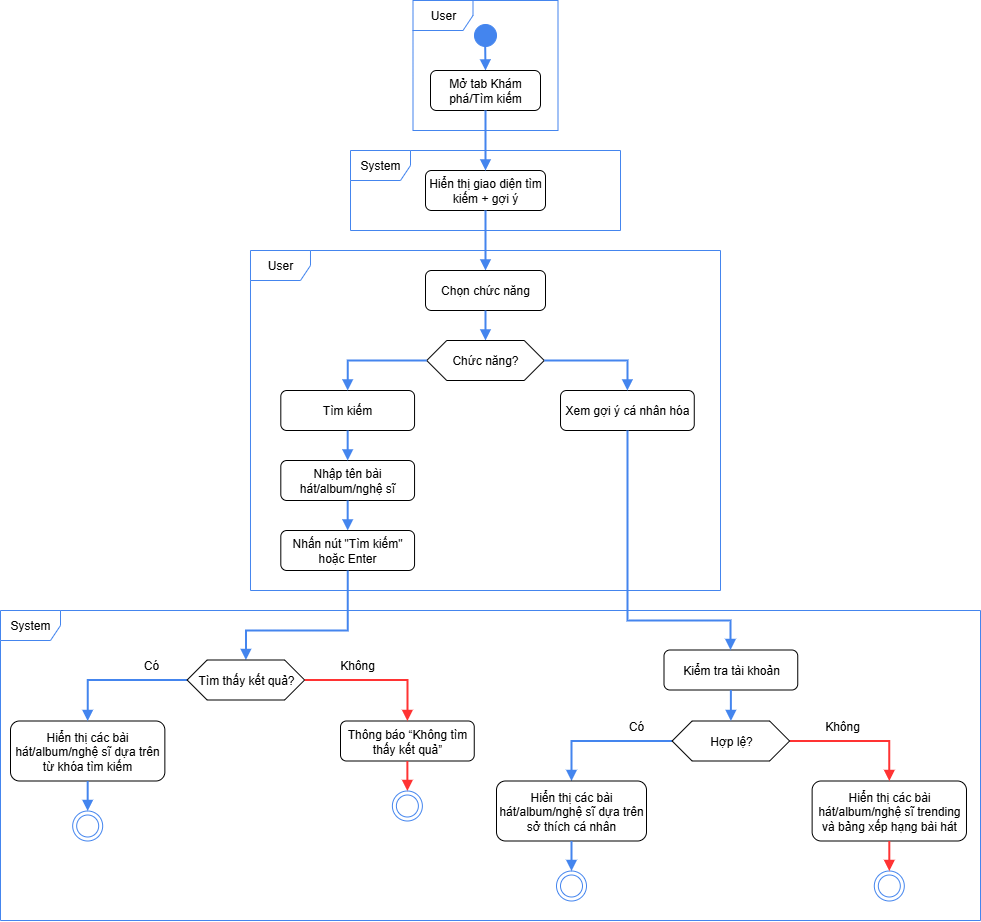
phuvi301/DOAN-CNPM keeps this draw.io diagram as Images/discover-search_activity.png. Above is the earlier version. Source tidied: cells renumbered, new cells last; positions are measured from the earlier drawing's top-left corner, leaving out a move shared by most shapes.
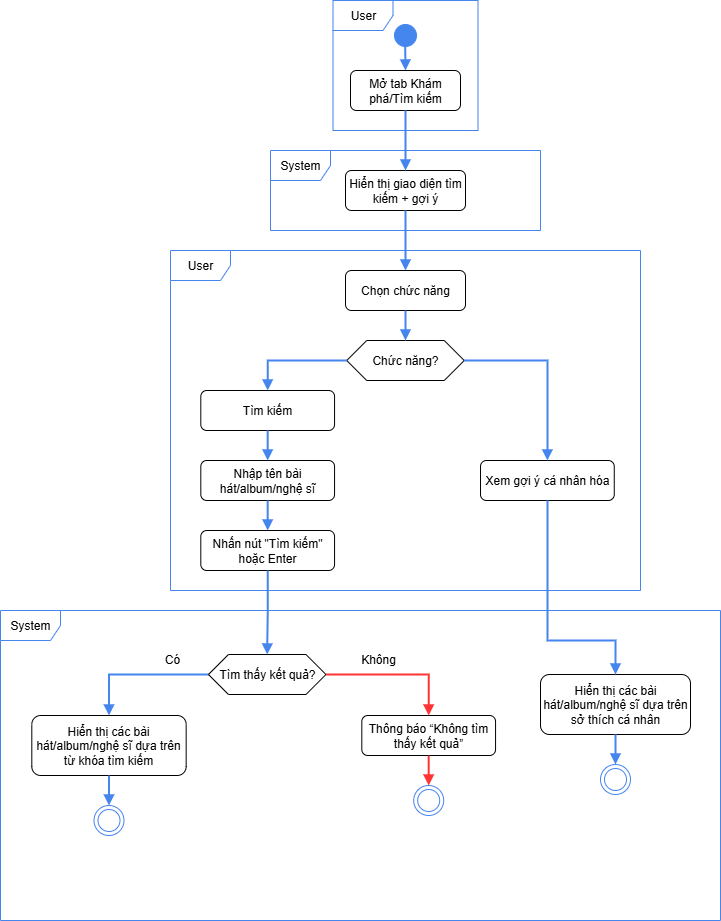
After the change.

Commit message:
seq_act diagram - discover/search

What changed in the source:
```diff
@@ -39,28 +39,13 @@
       <mxGeometry relative="1" as="geometry" />
     </mxCell>
     <mxCell id="14" value="System" style="shape=umlFrame;whiteSpace=wrap;html=1;strokeColor=#4485EE;" parent="1" vertex="1">
-      <mxGeometry y="610" width="980" height="310" as="geometry" />
+      <mxGeometry x="80" y="610" width="720" height="310" as="geometry" />
     </mxCell>
-    <mxCell id="15" value="Hiển thị các bài hát/album/nghệ sĩ trending và bảng xếp hạng bài hát" style="rounded=1;whiteSpace=wrap;html=1;" parent="1" vertex="1">
-      <mxGeometry x="811.6" y="780.5" width="154.4" height="60" as="geometry" />
-    </mxCell>
-    <mxCell id="16" style="html=1;verticalAlign=bottom;endArrow=block;rounded=0;strokeWidth=2&#10;;exitX=0;exitY=0.5;exitDx=0;exitDy=0;strokeColor=#4485EE;edgeStyle=orthogonalEdgeStyle;entryX=0.5;entryY=0;entryDx=0;entryDy=0;" parent="1" edge="1" source="29" target="26">
-      <mxGeometry relative="1" as="geometry" />
-    </mxCell>
-    <mxCell id="17" value="Có" style="text;html=1;align=center;verticalAlign=middle;whiteSpace=wrap;rounded=0;" parent="1" vertex="1">
-      <mxGeometry x="606" y="710.5" width="60" height="30" as="geometry" />
-    </mxCell>
-    <mxCell id="18" style="html=1;verticalAlign=bottom;endArrow=block;rounded=0;strokeWidth=2&#10;;strokeColor=#FF3333;edgeStyle=orthogonalEdgeStyle;entryX=0.5;entryY=0;entryDx=0;entryDy=0;exitX=1;exitY=0.5;exitDx=0;exitDy=0;" parent="1" edge="1" source="29" target="15">
-      <mxGeometry relative="1" as="geometry" />
-    </mxCell>
-    <mxCell id="19" value="Không" style="text;html=1;align=center;verticalAlign=middle;whiteSpace=wrap;rounded=0;" parent="1" vertex="1">
-      <mxGeometry x="811.6" y="710.5" width="60" height="30" as="geometry" />
-    </mxCell>
     <mxCell id="20" value="Chức năng?" style="shape=hexagon;perimeter=hexagonPerimeter2;whiteSpace=wrap;html=1;fixedSize=1;" parent="1" vertex="1">
       <mxGeometry x="426.2" y="340" width="117.5" height="40" as="geometry" />
     </mxCell>
     <mxCell id="21" value="Xem gợi ý cá nhân hóa" style="rounded=1;whiteSpace=wrap;html=1;" parent="1" vertex="1">
-      <mxGeometry x="560" y="390" width="133.8" height="40" as="geometry" />
+      <mxGeometry x="560" y="460" width="133.8" height="40" as="geometry" />
     </mxCell>
     <mxCell id="22" style="html=1;verticalAlign=bottom;endArrow=block;rounded=0;strokeWidth=2&#10;;exitX=0;exitY=0.5;exitDx=0;exitDy=0;strokeColor=#4485EE;edgeStyle=orthogonalEdgeStyle;entryX=0.5;entryY=0;entryDx=0;entryDy=0;" parent="1" edge="1" source="20" target="12">
       <mxGeometry relative="1" as="geometry" />
@@ -75,32 +60,19 @@
       <mxGeometry relative="1" as="geometry" />
     </mxCell>
     <mxCell id="26" value="Hiển thị các bài hát/album/nghệ sĩ dựa trên sở thích cá nhân" style="rounded=1;whiteSpace=wrap;html=1;" parent="1" vertex="1">
-      <mxGeometry x="496" y="780.5" width="150" height="60" as="geometry" />
+      <mxGeometry x="620" y="674" width="150" height="60" as="geometry" />
     </mxCell>
-    <mxCell id="27" style="ellipse;html=1;shape=endState;fillColor=none;strokeColor=#4485EE;" parent="1" vertex="1">
-      <mxGeometry x="873.8" y="870.5" width="30" height="30" as="geometry" />
-    </mxCell>
     <mxCell id="28" value="Hiển thị các bài hát/album/nghệ sĩ dựa trên từ khóa tìm kiếm" style="rounded=1;whiteSpace=wrap;html=1;" parent="1" vertex="1">
-      <mxGeometry x="10" y="720.5" width="154.4" height="60" as="geometry" />
+      <mxGeometry x="111.3" y="715" width="154.4" height="60" as="geometry" />
     </mxCell>
-    <mxCell id="29" value="Hợp lệ?" style="shape=hexagon;perimeter=hexagonPerimeter2;whiteSpace=wrap;html=1;fixedSize=1;" parent="1" vertex="1">
-      <mxGeometry x="671.6" y="720.5" width="117.5" height="40" as="geometry" />
-    </mxCell>
-    <mxCell id="30" value="Kiểm tra tài khoản" style="rounded=1;whiteSpace=wrap;html=1;" parent="1" vertex="1">
-      <mxGeometry x="663.5" y="649.5" width="133.8" height="40" as="geometry" />
-    </mxCell>
-    <mxCell id="31" style="html=1;verticalAlign=bottom;endArrow=block;rounded=0;strokeWidth=2&#10;;exitX=0.5;exitY=1;exitDx=0;exitDy=0;strokeColor=#4485EE;jumpSize=6;edgeStyle=orthogonalEdgeStyle;entryX=0.5;entryY=0;entryDx=0;entryDy=0;" parent="1" edge="1" source="21" target="30">
+    <mxCell id="31" style="html=1;verticalAlign=bottom;endArrow=block;rounded=0;strokeWidth=2&#10;;exitX=0.5;exitY=1;exitDx=0;exitDy=0;strokeColor=#4485EE;jumpSize=6;edgeStyle=orthogonalEdgeStyle;entryX=0.5;entryY=0;entryDx=0;entryDy=0;" parent="1" edge="1" source="21" target="26">
       <mxGeometry relative="1" as="geometry">
         <Array as="points">
-          <mxPoint x="627" y="620" />
-          <mxPoint x="730" y="620" />
-          <mxPoint x="730" y="650" />
+          <mxPoint x="627" y="640" />
+          <mxPoint x="695" y="640" />
         </Array>
       </mxGeometry>
     </mxCell>
-    <mxCell id="32" style="html=1;verticalAlign=bottom;endArrow=block;rounded=0;strokeWidth=2&#10;;exitX=0.5;exitY=1;exitDx=0;exitDy=0;strokeColor=#4485EE;edgeStyle=orthogonalEdgeStyle;entryX=0.5;entryY=0;entryDx=0;entryDy=0;" parent="1" edge="1" source="30" target="29">
-      <mxGeometry relative="1" as="geometry" />
-    </mxCell>
     <mxCell id="33" style="html=1;verticalAlign=bottom;endArrow=block;rounded=0;strokeWidth=2&#10;;exitX=0.5;exitY=1;exitDx=0;exitDy=0;strokeColor=#4485EE;edgeStyle=orthogonalEdgeStyle;entryX=0.5;entryY=0;entryDx=0;entryDy=0;" parent="1" edge="1" source="24" target="39">
       <mxGeometry relative="1" as="geometry" />
     </mxCell>
@@ -108,51 +80,43 @@
       <mxGeometry relative="1" as="geometry" />
     </mxCell>
     <mxCell id="35" style="ellipse;html=1;shape=endState;fillColor=none;strokeColor=#4485EE;" parent="1" vertex="1">
-      <mxGeometry x="72.2" y="810.5" width="30" height="30" as="geometry" />
+      <mxGeometry x="173.5" y="805" width="30" height="30" as="geometry" />
     </mxCell>
     <mxCell id="36" style="html=1;verticalAlign=bottom;endArrow=block;rounded=0;strokeWidth=2&#10;;exitX=0.5;exitY=1;exitDx=0;exitDy=0;strokeColor=#4485EE;entryX=0.5;entryY=0;entryDx=0;entryDy=0;" parent="1" edge="1" source="26" target="37">
       <mxGeometry relative="1" as="geometry" />
     </mxCell>
     <mxCell id="37" style="ellipse;html=1;shape=endState;fillColor=none;strokeColor=#4485EE;" parent="1" vertex="1">
-      <mxGeometry x="556" y="870.5" width="30" height="30" as="geometry" />
+      <mxGeometry x="680" y="764" width="30" height="30" as="geometry" />
     </mxCell>
-    <mxCell id="38" style="html=1;verticalAlign=bottom;endArrow=block;rounded=0;strokeWidth=2&#10;;strokeColor=#FF3333;edgeStyle=orthogonalEdgeStyle;entryX=0.5;entryY=0;entryDx=0;entryDy=0;exitX=0.5;exitY=1;exitDx=0;exitDy=0;" parent="1" edge="1" source="15" target="27">
-      <mxGeometry relative="1" as="geometry" />
-    </mxCell>
     <mxCell id="39" value="Nhấn nút &quot;Tìm kiếm&quot; hoặc Enter" style="rounded=1;whiteSpace=wrap;html=1;" parent="1" vertex="1">
       <mxGeometry x="280.3" y="530" width="133.8" height="40" as="geometry" />
     </mxCell>
-    <mxCell id="40" style="html=1;verticalAlign=bottom;endArrow=block;rounded=0;strokeWidth=2&#10;;exitX=0.5;exitY=1;exitDx=0;exitDy=0;strokeColor=#4485EE;edgeStyle=orthogonalEdgeStyle;entryX=0.5;entryY=0;entryDx=0;entryDy=0;" parent="1" edge="1" source="39" target="43">
-      <mxGeometry relative="1" as="geometry">
-        <Array as="points">
-          <mxPoint x="347" y="630" />
-          <mxPoint x="245" y="630" />
-        </Array>
-      </mxGeometry>
-    </mxCell>
     <mxCell id="41" style="html=1;verticalAlign=bottom;endArrow=block;rounded=0;strokeWidth=2&#10;;exitX=0;exitY=0.5;exitDx=0;exitDy=0;strokeColor=#4485EE;edgeStyle=orthogonalEdgeStyle;entryX=0.5;entryY=0;entryDx=0;entryDy=0;" parent="1" edge="1" source="43" target="28">
       <mxGeometry relative="1" as="geometry" />
     </mxCell>
     <mxCell id="42" value="Có" style="text;html=1;align=center;verticalAlign=middle;whiteSpace=wrap;rounded=0;" parent="1" vertex="1">
-      <mxGeometry x="121" y="649.5" width="60" height="30" as="geometry" />
+      <mxGeometry x="222.3" y="644" width="60" height="30" as="geometry" />
     </mxCell>
     <mxCell id="43" value="Tìm thấy kết quả?" style="shape=hexagon;perimeter=hexagonPerimeter2;whiteSpace=wrap;html=1;fixedSize=1;" parent="1" vertex="1">
-      <mxGeometry x="186.6" y="659.5" width="117.5" height="40" as="geometry" />
+      <mxGeometry x="287.9" y="654" width="117.5" height="40" as="geometry" />
     </mxCell>
     <mxCell id="44" value="Không" style="text;html=1;align=center;verticalAlign=middle;whiteSpace=wrap;rounded=0;" parent="1" vertex="1">
-      <mxGeometry x="326.6" y="649.5" width="60" height="30" as="geometry" />
+      <mxGeometry x="427.9" y="644" width="60" height="30" as="geometry" />
     </mxCell>
     <mxCell id="45" style="html=1;verticalAlign=bottom;endArrow=block;rounded=0;strokeWidth=2&#10;;strokeColor=#FF3333;edgeStyle=orthogonalEdgeStyle;entryX=0.5;entryY=0;entryDx=0;entryDy=0;exitX=1;exitY=0.5;exitDx=0;exitDy=0;" parent="1" edge="1" source="43" target="46">
       <mxGeometry relative="1" as="geometry" />
     </mxCell>
     <mxCell id="46" value="Thông báo “Không tìm thấy kết quả”" style="rounded=1;whiteSpace=wrap;html=1;" parent="1" vertex="1">
-      <mxGeometry x="340" y="720.5" width="133.8" height="40" as="geometry" />
+      <mxGeometry x="441.3" y="715" width="133.8" height="40" as="geometry" />
     </mxCell>
     <mxCell id="47" style="html=1;verticalAlign=bottom;endArrow=block;rounded=0;strokeWidth=2&#10;;strokeColor=#FF3333;edgeStyle=orthogonalEdgeStyle;entryX=0.5;entryY=0;entryDx=0;entryDy=0;exitX=0.5;exitY=1;exitDx=0;exitDy=0;" parent="1" edge="1" source="46" target="48">
       <mxGeometry relative="1" as="geometry" />
     </mxCell>
     <mxCell id="48" style="ellipse;html=1;shape=endState;fillColor=none;strokeColor=#4485EE;" parent="1" vertex="1">
-      <mxGeometry x="391.9" y="790.5" width="30" height="30" as="geometry" />
+      <mxGeometry x="493.2" y="785" width="30" height="30" as="geometry" />
     </mxCell>
+    <mxCell id="40" style="html=1;verticalAlign=bottom;endArrow=block;rounded=0;strokeWidth=2&#10;;exitX=0.5;exitY=1;exitDx=0;exitDy=0;strokeColor=#4485EE;edgeStyle=orthogonalEdgeStyle;entryX=0.5;entryY=0;entryDx=0;entryDy=0;" parent="1" edge="1" source="39" target="43">
+      <mxGeometry relative="1" as="geometry" />
+    </mxCell>
   </root>
 </mxGraphModel>
```
